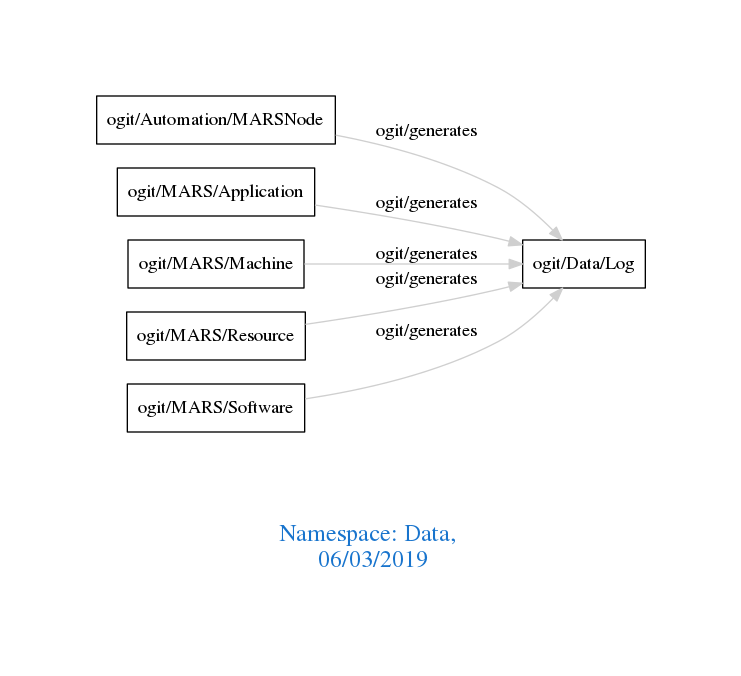
Before: downloads/Data.png, a diagram exported from Graphviz (arago/OGIT). Its source is kept beside it as downloads/Data.dot.
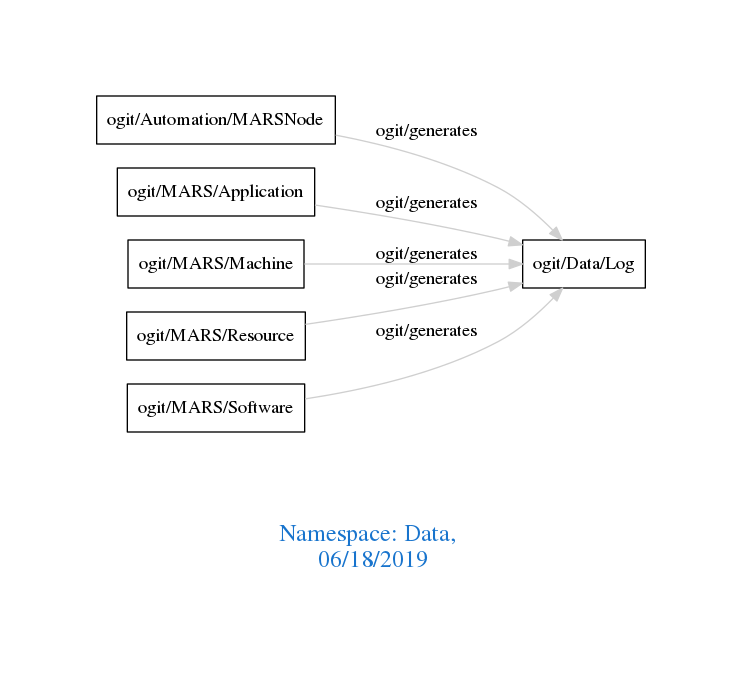
After the change.

What changed in the source:
```diff
@@ -1,7 +1,7 @@
 digraph OGIT_ontology {
  graph [ rankdir= LR,pad=1
 fontsize = 18,
-fontcolor= dodgerblue3,label = "\n\n\nNamespace: Data, \n 06/03/2019"];
+fontcolor= dodgerblue3,label = "\n\n\nNamespace: Data, \n 06/18/2019"];
 node[shape=polygon];
 edge [  color="gray81"];
 
```
